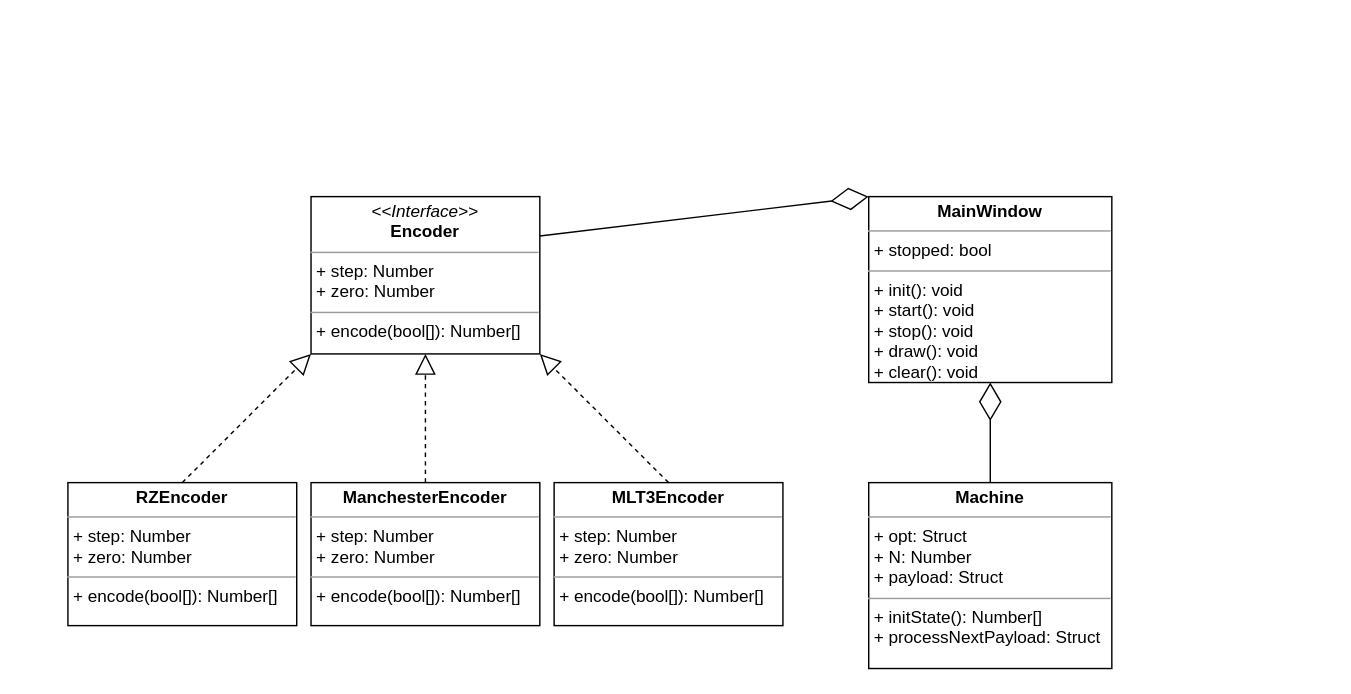
Above: диплом_отчет/uml_2.5.drawio in bestialyokel/diplom (draw.io), before the change. Source tidied: cells renumbered, new cells numbered last; positions are measured from the earlier drawing's top-left corner, leaving out a move shared by most shapes. Both pictures are drawn from the tidied source at 143%, with x=0, y=0 at pixel (67, 196).
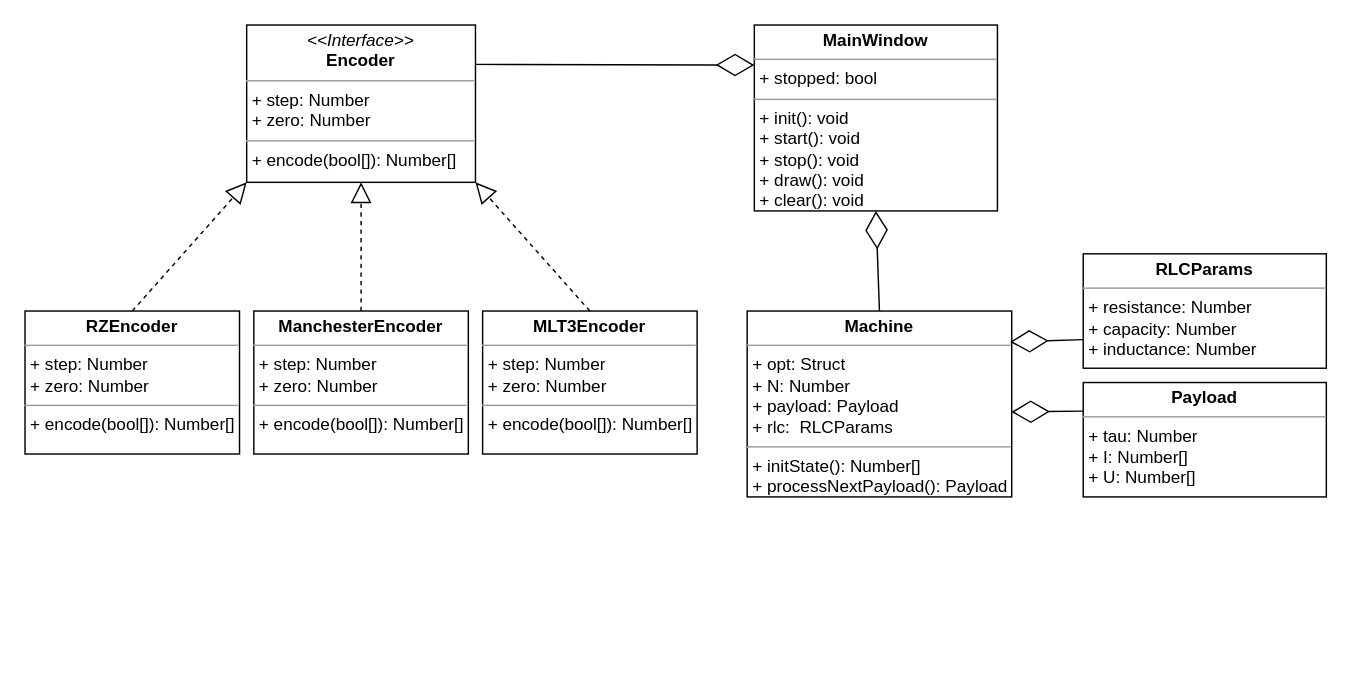
Above is the later version.

What changed in the source:
```diff
@@
 <mxGraphModel>
   <root>
     <mxCell id="0" />
     <mxCell id="1" parent="0" />
     <mxCell id="2" value="&lt;p style=&quot;margin: 0px ; margin-top: 4px ; text-align: center&quot;&gt;&lt;i&gt;&amp;lt;&amp;lt;Interface&amp;gt;&amp;gt;&lt;/i&gt;&lt;br&gt;&lt;b&gt;Encoder&lt;/b&gt;&lt;/p&gt;&lt;hr size=&quot;1&quot;&gt;&lt;p style=&quot;margin: 0px ; margin-left: 4px&quot;&gt;+ step: Number&lt;br&gt;+ zero: Number&lt;/p&gt;&lt;hr size=&quot;1&quot;&gt;&lt;p style=&quot;margin: 0px ; margin-left: 4px&quot;&gt;+ encode(bool[]): Number[]&lt;br&gt;&lt;/p&gt;" style="verticalAlign=top;align=left;overflow=fill;fontSize=12;fontFamily=Helvetica;html=1;" parent="1" vertex="1">
-      <mxGeometry x="170" width="160" height="110" as="geometry" />
+      <mxGeometry x="125" y="-120" width="160" height="110" as="geometry" />
     </mxCell>
     <mxCell id="3" value="&lt;p style=&quot;margin: 0px ; margin-top: 4px ; text-align: center&quot;&gt;&lt;b&gt;RZEncoder&lt;/b&gt;&lt;/p&gt;&lt;hr size=&quot;1&quot;&gt;&lt;p style=&quot;margin: 0px ; margin-left: 4px&quot;&gt;+ step: Number&lt;br&gt;+ zero: Number&lt;/p&gt;&lt;hr size=&quot;1&quot;&gt;&lt;p style=&quot;margin: 0px ; margin-left: 4px&quot;&gt;+ encode(bool[]): Number[]&lt;br&gt;&lt;/p&gt;" style="verticalAlign=top;align=left;overflow=fill;fontSize=12;fontFamily=Helvetica;html=1;" parent="1" vertex="1">
-      <mxGeometry y="200" width="160" height="100" as="geometry" />
+      <mxGeometry x="-30" y="80" width="150" height="100" as="geometry" />
     </mxCell>
     <mxCell id="4" value="&lt;p style=&quot;margin: 0px ; margin-top: 4px ; text-align: center&quot;&gt;&lt;b&gt;MLT3Encoder&lt;/b&gt;&lt;/p&gt;&lt;hr size=&quot;1&quot;&gt;&lt;p style=&quot;margin: 0px ; margin-left: 4px&quot;&gt;+ step: Number&lt;br&gt;+ zero: Number&lt;/p&gt;&lt;hr size=&quot;1&quot;&gt;&lt;p style=&quot;margin: 0px ; margin-left: 4px&quot;&gt;+ encode(bool[]): Number[]&lt;br&gt;&lt;/p&gt;" style="verticalAlign=top;align=left;overflow=fill;fontSize=12;fontFamily=Helvetica;html=1;" parent="1" vertex="1">
-      <mxGeometry x="340" y="200" width="160" height="100" as="geometry" />
+      <mxGeometry x="290" y="80" width="150" height="100" as="geometry" />
     </mxCell>
     <mxCell id="5" value="&lt;p style=&quot;margin: 0px ; margin-top: 4px ; text-align: center&quot;&gt;&lt;b&gt;ManchesterEncoder&lt;/b&gt;&lt;/p&gt;&lt;hr size=&quot;1&quot;&gt;&lt;p style=&quot;margin: 0px ; margin-left: 4px&quot;&gt;+ step: Number&lt;br&gt;+ zero: Number&lt;/p&gt;&lt;hr size=&quot;1&quot;&gt;&lt;p style=&quot;margin: 0px ; margin-left: 4px&quot;&gt;+ encode(bool[]): Number[]&lt;br&gt;&lt;/p&gt;" style="verticalAlign=top;align=left;overflow=fill;fontSize=12;fontFamily=Helvetica;html=1;" parent="1" vertex="1">
-      <mxGeometry x="170" y="200" width="160" height="100" as="geometry" />
+      <mxGeometry x="130" y="80" width="150" height="100" as="geometry" />
     </mxCell>
     <mxCell id="6" style="endArrow=block;dashed=1;endFill=0;endSize=12;html=1;exitX=0.5;exitY=0;exitDx=0;exitDy=0;entryX=0;entryY=1;entryDx=0;entryDy=0;" parent="1" edge="1" source="3" target="2">
       <mxGeometry relative="1" as="geometry" />
     </mxCell>
     <mxCell id="7" style="endArrow=block;dashed=1;endFill=0;endSize=12;html=1;exitX=0.5;exitY=0;exitDx=0;exitDy=0;entryX=0.5;entryY=1;entryDx=0;entryDy=0;" parent="1" edge="1" source="5" target="2">
       <mxGeometry relative="1" as="geometry" />
     </mxCell>
     <mxCell id="8" style="endArrow=block;dashed=1;endFill=0;endSize=12;html=1;exitX=0.5;exitY=0;exitDx=0;exitDy=0;entryX=1;entryY=1;entryDx=0;entryDy=0;" parent="1" edge="1" source="4" target="2">
       <mxGeometry relative="1" as="geometry" />
     </mxCell>
     <mxCell id="9" value="&lt;p style=&quot;margin: 0px ; margin-top: 4px ; text-align: center&quot;&gt;&lt;b&gt;MainWindow&lt;/b&gt;&lt;/p&gt;&lt;hr size=&quot;1&quot;&gt;&lt;p style=&quot;margin: 0px ; margin-left: 4px&quot;&gt;+ stopped: bool&lt;br&gt;&lt;/p&gt;&lt;hr size=&quot;1&quot;&gt;&lt;p style=&quot;margin: 0px ; margin-left: 4px&quot;&gt;+ init(): void&lt;br&gt;&lt;/p&gt;&lt;p style=&quot;margin: 0px ; margin-left: 4px&quot;&gt;+ start(): void&lt;/p&gt;&lt;p style=&quot;margin: 0px ; margin-left: 4px&quot;&gt;+ stop(): void&lt;/p&gt;&lt;p style=&quot;margin: 0px ; margin-left: 4px&quot;&gt;+ draw(): void&lt;/p&gt;&lt;p style=&quot;margin: 0px ; margin-left: 4px&quot;&gt;+ clear(): void&lt;/p&gt;" style="verticalAlign=top;align=left;overflow=fill;fontSize=12;fontFamily=Helvetica;html=1;" parent="1" vertex="1">
-      <mxGeometry x="560" width="170" height="130" as="geometry" />
+      <mxGeometry x="480" y="-120" width="170" height="130" as="geometry" />
     </mxCell>
-    <mxCell id="10" value="&lt;p style=&quot;margin: 0px ; margin-top: 4px ; text-align: center&quot;&gt;&lt;b&gt;Machine&lt;/b&gt;&lt;/p&gt;&lt;hr size=&quot;1&quot;&gt;&lt;p style=&quot;margin: 0px ; margin-left: 4px&quot;&gt;+ opt: Struct&lt;br&gt;&lt;/p&gt;&lt;p style=&quot;margin: 0px ; margin-left: 4px&quot;&gt;+ N: Number&lt;/p&gt;&lt;p style=&quot;margin: 0px ; margin-left: 4px&quot;&gt;+ payload: Struct&lt;/p&gt;&lt;hr size=&quot;1&quot;&gt;&lt;p style=&quot;margin: 0px ; margin-left: 4px&quot;&gt;+ initState(): Number[]&lt;br&gt;&lt;/p&gt;&lt;p style=&quot;margin: 0px ; margin-left: 4px&quot;&gt;+ processNextPayload: Struct&lt;/p&gt;&lt;p style=&quot;margin: 0px ; margin-left: 4px&quot;&gt;&lt;br&gt;&lt;/p&gt;" style="verticalAlign=top;align=left;overflow=fill;fontSize=12;fontFamily=Helvetica;html=1;" parent="1" vertex="1">
-      <mxGeometry x="560" y="200" width="170" height="130" as="geometry" />
+    <mxCell id="10" value="&lt;p style=&quot;margin: 0px ; margin-top: 4px ; text-align: center&quot;&gt;&lt;b&gt;Machine&lt;/b&gt;&lt;/p&gt;&lt;hr size=&quot;1&quot;&gt;&lt;p style=&quot;margin: 0px ; margin-left: 4px&quot;&gt;+ opt: Struct&lt;br&gt;&lt;/p&gt;&lt;p style=&quot;margin: 0px ; margin-left: 4px&quot;&gt;+ N: Number&lt;/p&gt;&lt;p style=&quot;margin: 0px ; margin-left: 4px&quot;&gt;+ payload: Payload&lt;/p&gt;&lt;p style=&quot;margin: 0px ; margin-left: 4px&quot;&gt;+ rlc:&amp;nbsp; RLCParams&lt;/p&gt;&lt;hr size=&quot;1&quot;&gt;&lt;p style=&quot;margin: 0px ; margin-left: 4px&quot;&gt;+ initState(): Number[]&lt;br&gt;&lt;/p&gt;&lt;p style=&quot;margin: 0px ; margin-left: 4px&quot;&gt;+ processNextPayload(): Payload&lt;/p&gt;&lt;p style=&quot;margin: 0px ; margin-left: 4px&quot;&gt;&lt;br&gt;&lt;/p&gt;" style="verticalAlign=top;align=left;overflow=fill;fontSize=12;fontFamily=Helvetica;html=1;" parent="1" vertex="1">
+      <mxGeometry x="475" y="80" width="185" height="130" as="geometry" />
     </mxCell>
-    <mxCell id="11" style="endArrow=diamondThin;endFill=0;endSize=24;html=1;exitX=1;exitY=0.25;exitDx=0;exitDy=0;entryX=0;entryY=0;entryDx=0;entryDy=0;" parent="1" edge="1" source="2" target="9">
-      <mxGeometry relative="1" as="geometry" />
+    <mxCell id="11" style="endArrow=diamondThin;endFill=0;endSize=24;html=1;exitX=1;exitY=0.25;exitDx=0;exitDy=0;" parent="1" edge="1" source="2">
+      <mxGeometry relative="1" as="geometry">
+        <mxPoint x="480" y="-92" as="targetPoint" />
+      </mxGeometry>
     </mxCell>
     <mxCell id="12" style="endArrow=diamondThin;endFill=0;endSize=24;html=1;exitX=0.5;exitY=0;exitDx=0;exitDy=0;entryX=0.5;entryY=1;entryDx=0;entryDy=0;" parent="1" edge="1" source="10" target="9">
       <mxGeometry relative="1" as="geometry" />
     </mxCell>
+    <mxCell id="13" value="&lt;p style=&quot;margin: 0px ; margin-top: 4px ; text-align: center&quot;&gt;&lt;b&gt;RLCParams&lt;/b&gt;&lt;/p&gt;&lt;hr size=&quot;1&quot;&gt;&lt;p style=&quot;margin: 0px ; margin-left: 4px&quot;&gt;+ resistance: Number&lt;br&gt;&lt;/p&gt;&lt;p style=&quot;margin: 0px ; margin-left: 4px&quot;&gt;+ capacity: Number&lt;/p&gt;&lt;p style=&quot;margin: 0px ; margin-left: 4px&quot;&gt;+ inductance: Number&lt;/p&gt;&lt;p style=&quot;margin: 0px ; margin-left: 4px&quot;&gt;&lt;br&gt;&lt;/p&gt;" style="verticalAlign=top;align=left;overflow=fill;fontSize=12;fontFamily=Helvetica;html=1;" parent="1" vertex="1">
+      <mxGeometry x="710" y="40" width="170" height="80" as="geometry" />
+    </mxCell>
+    <mxCell id="14" value="&lt;p style=&quot;margin: 0px ; margin-top: 4px ; text-align: center&quot;&gt;&lt;b&gt;Payload&lt;/b&gt;&lt;/p&gt;&lt;hr size=&quot;1&quot;&gt;&lt;p style=&quot;margin: 0px ; margin-left: 4px&quot;&gt;+ tau: Number&lt;br&gt;&lt;/p&gt;&lt;p style=&quot;margin: 0px ; margin-left: 4px&quot;&gt;+ I: Number[]&lt;/p&gt;&lt;p style=&quot;margin: 0px ; margin-left: 4px&quot;&gt;+ U: Number[]&lt;/p&gt;&lt;p style=&quot;margin: 0px ; margin-left: 4px&quot;&gt;&lt;br&gt;&lt;/p&gt;" style="verticalAlign=top;align=left;overflow=fill;fontSize=12;fontFamily=Helvetica;html=1;" parent="1" vertex="1">
+      <mxGeometry x="710" y="130" width="170" height="80" as="geometry" />
+    </mxCell>
+    <mxCell id="15" style="endArrow=diamondThin;endFill=0;endSize=24;html=1;entryX=0.994;entryY=0.166;entryDx=0;entryDy=0;entryPerimeter=0;exitX=0;exitY=0.75;exitDx=0;exitDy=0;" parent="1" edge="1" source="13" target="10">
+      <mxGeometry relative="1" as="geometry" />
+    </mxCell>
+    <mxCell id="16" style="endArrow=diamondThin;endFill=0;endSize=24;html=1;exitX=0;exitY=0.25;exitDx=0;exitDy=0;entryX=0.999;entryY=0.543;entryDx=0;entryDy=0;entryPerimeter=0;" parent="1" edge="1" source="14" target="10">
+      <mxGeometry relative="1" as="geometry" />
+    </mxCell>
   </root>
 </mxGraphModel>
```
